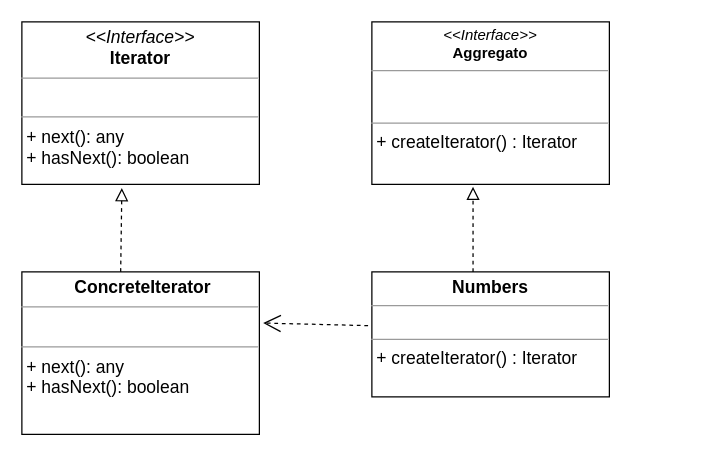
Before: behavioral/iterator/iterator.drawio in MaksShadows/Patterns, a draw.io diagram. Source tidied: cells renumbered, new cells numbered last; positions are measured from the earlier drawing's top-left corner, leaving out a move shared by most shapes. Both pictures are drawn from the tidied source at 125%, with x=0, y=0 at pixel (21, 21).
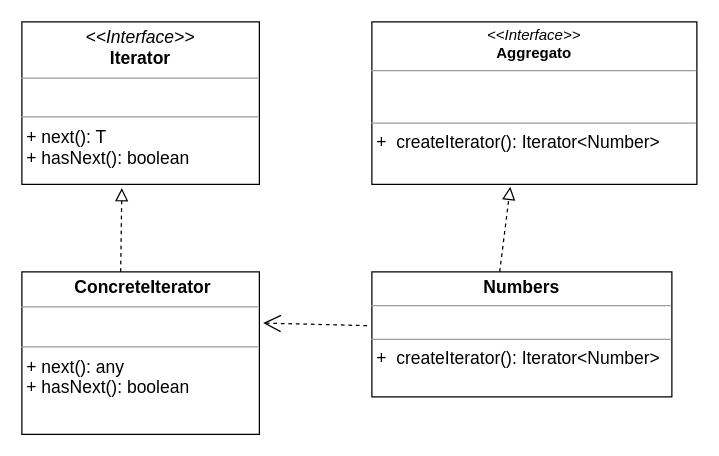
Above is the later version.

Commit message (it also covers changes not shown here):
fix code and uml iterator

Diff of the diagram source:
```diff
@@
 <mxGraphModel>
   <root>
     <mxCell id="0" />
     <mxCell id="1" parent="0" />
-    <mxCell id="2" value="&lt;p style=&quot;margin: 4px 0px 0px ; text-align: center ; font-size: 14px&quot;&gt;&lt;font style=&quot;font-size: 14px&quot;&gt;&lt;i&gt;&amp;lt;&amp;lt;Interface&amp;gt;&amp;gt;&lt;/i&gt;&lt;br&gt;&lt;b&gt;Iterator&lt;/b&gt;&lt;br&gt;&lt;/font&gt;&lt;/p&gt;&lt;hr size=&quot;1&quot; style=&quot;font-size: 14px&quot;&gt;&lt;p style=&quot;margin: 0px 0px 0px 4px ; font-size: 14px&quot;&gt;&lt;font style=&quot;font-size: 14px&quot;&gt;&lt;br&gt;&lt;/font&gt;&lt;/p&gt;&lt;hr size=&quot;1&quot; style=&quot;font-size: 14px&quot;&gt;&lt;p style=&quot;margin: 0px 0px 0px 4px ; font-size: 14px&quot;&gt;&lt;font style=&quot;font-size: 14px&quot;&gt;+&amp;nbsp;&lt;span&gt;next(): any&lt;/span&gt;&lt;/font&gt;&lt;/p&gt;&lt;p style=&quot;margin: 0px 0px 0px 4px ; font-size: 14px&quot;&gt;&lt;font style=&quot;font-size: 14px&quot;&gt;+&amp;nbsp;hasNext(): boolean&lt;/font&gt;&lt;/p&gt;" style="verticalAlign=top;align=left;overflow=fill;fontSize=12;fontFamily=Helvetica;html=1;" parent="1" vertex="1">
+    <mxCell id="2" value="&lt;p style=&quot;margin: 4px 0px 0px ; text-align: center ; font-size: 14px&quot;&gt;&lt;font style=&quot;font-size: 14px&quot;&gt;&lt;i&gt;&amp;lt;&amp;lt;Interface&amp;gt;&amp;gt;&lt;/i&gt;&lt;br&gt;&lt;b&gt;Iterator&lt;/b&gt;&lt;br&gt;&lt;/font&gt;&lt;/p&gt;&lt;hr size=&quot;1&quot; style=&quot;font-size: 14px&quot;&gt;&lt;p style=&quot;margin: 0px 0px 0px 4px ; font-size: 14px&quot;&gt;&lt;font style=&quot;font-size: 14px&quot;&gt;&lt;br&gt;&lt;/font&gt;&lt;/p&gt;&lt;hr size=&quot;1&quot; style=&quot;font-size: 14px&quot;&gt;&lt;p style=&quot;margin: 0px 0px 0px 4px ; font-size: 14px&quot;&gt;&lt;font style=&quot;font-size: 14px&quot;&gt;+&amp;nbsp;&lt;span&gt;next(): T&lt;/span&gt;&lt;/font&gt;&lt;/p&gt;&lt;p style=&quot;margin: 0px 0px 0px 4px ; font-size: 14px&quot;&gt;&lt;font style=&quot;font-size: 14px&quot;&gt;+&amp;nbsp;hasNext(): boolean&lt;/font&gt;&lt;/p&gt;" style="verticalAlign=top;align=left;overflow=fill;fontSize=12;fontFamily=Helvetica;html=1;" parent="1" vertex="1">
       <mxGeometry width="190" height="130" as="geometry" />
     </mxCell>
-    <mxCell id="3" value="&lt;p style=&quot;margin: 0px ; margin-top: 4px ; text-align: center&quot;&gt;&lt;i&gt;&amp;lt;&amp;lt;Interface&amp;gt;&amp;gt;&lt;/i&gt;&lt;br&gt;&lt;b&gt;Aggregato&lt;/b&gt;&lt;br&gt;&lt;/p&gt;&lt;hr size=&quot;1&quot;&gt;&lt;p style=&quot;margin: 0px ; margin-left: 4px&quot;&gt;&lt;br&gt;&lt;br&gt;&lt;/p&gt;&lt;hr size=&quot;1&quot;&gt;&lt;p style=&quot;margin: 0px ; margin-left: 4px&quot;&gt;&lt;font style=&quot;font-size: 14px&quot;&gt;+&amp;nbsp;createIterator() : Iterator&lt;/font&gt;&lt;br&gt;&lt;/p&gt;" style="verticalAlign=top;align=left;overflow=fill;fontSize=12;fontFamily=Helvetica;html=1;" parent="1" vertex="1">
-      <mxGeometry x="280" width="190" height="130" as="geometry" />
+    <mxCell id="3" value="&lt;p style=&quot;margin: 0px ; margin-top: 4px ; text-align: center&quot;&gt;&lt;i&gt;&amp;lt;&amp;lt;Interface&amp;gt;&amp;gt;&lt;/i&gt;&lt;br&gt;&lt;b&gt;Aggregato&lt;/b&gt;&lt;br&gt;&lt;/p&gt;&lt;hr size=&quot;1&quot;&gt;&lt;p style=&quot;margin: 0px ; margin-left: 4px&quot;&gt;&lt;br&gt;&lt;br&gt;&lt;/p&gt;&lt;hr size=&quot;1&quot;&gt;&lt;p style=&quot;margin: 0px ; margin-left: 4px&quot;&gt;&lt;font style=&quot;font-size: 14px&quot;&gt;+&amp;nbsp;&amp;nbsp;createIterator(): Iterator&amp;lt;Number&amp;gt;&lt;/font&gt;&lt;br&gt;&lt;/p&gt;" style="verticalAlign=top;align=left;overflow=fill;fontSize=12;fontFamily=Helvetica;html=1;" parent="1" vertex="1">
+      <mxGeometry x="280" width="260" height="130" as="geometry" />
     </mxCell>
     <mxCell id="4" value="&lt;p style=&quot;margin: 4px 0px 0px ; text-align: center ; font-size: 14px&quot;&gt;&lt;b&gt;&amp;nbsp;ConcreteIterator&lt;/b&gt;&lt;/p&gt;&lt;hr size=&quot;1&quot; style=&quot;font-size: 14px&quot;&gt;&lt;p style=&quot;margin: 0px 0px 0px 4px ; font-size: 14px&quot;&gt;&lt;font style=&quot;font-size: 14px&quot;&gt;&lt;br&gt;&lt;/font&gt;&lt;/p&gt;&lt;hr size=&quot;1&quot; style=&quot;font-size: 14px&quot;&gt;&lt;p style=&quot;margin: 0px 0px 0px 4px ; font-size: 14px&quot;&gt;&lt;font style=&quot;font-size: 14px&quot;&gt;+&amp;nbsp;&lt;span&gt;next(): any&lt;/span&gt;&lt;/font&gt;&lt;/p&gt;&lt;p style=&quot;margin: 0px 0px 0px 4px ; font-size: 14px&quot;&gt;&lt;font style=&quot;font-size: 14px&quot;&gt;+&amp;nbsp;hasNext(): boolean&lt;/font&gt;&lt;/p&gt;" style="verticalAlign=top;align=left;overflow=fill;fontSize=12;fontFamily=Helvetica;html=1;" parent="1" vertex="1">
       <mxGeometry y="200" width="190" height="130" as="geometry" />
     </mxCell>
-    <mxCell id="5" value="&lt;p style=&quot;margin: 0px ; margin-top: 4px ; text-align: center&quot;&gt;&lt;b&gt;&lt;font style=&quot;font-size: 14px&quot;&gt;Numbers&lt;/font&gt;&lt;/b&gt;&lt;br&gt;&lt;/p&gt;&lt;hr size=&quot;1&quot;&gt;&lt;p style=&quot;margin: 0px ; margin-left: 4px&quot;&gt;&lt;br&gt;&lt;/p&gt;&lt;hr size=&quot;1&quot;&gt;&lt;p style=&quot;margin: 0px ; margin-left: 4px&quot;&gt;&lt;font style=&quot;font-size: 14px&quot;&gt;+&amp;nbsp;createIterator() : Iterator&lt;/font&gt;&lt;br&gt;&lt;/p&gt;" style="verticalAlign=top;align=left;overflow=fill;fontSize=12;fontFamily=Helvetica;html=1;" parent="1" vertex="1">
-      <mxGeometry x="280" y="200" width="190" height="100" as="geometry" />
+    <mxCell id="5" value="&lt;p style=&quot;margin: 0px ; margin-top: 4px ; text-align: center&quot;&gt;&lt;b&gt;&lt;font style=&quot;font-size: 14px&quot;&gt;Numbers&lt;/font&gt;&lt;/b&gt;&lt;br&gt;&lt;/p&gt;&lt;hr size=&quot;1&quot;&gt;&lt;p style=&quot;margin: 0px ; margin-left: 4px&quot;&gt;&lt;br&gt;&lt;/p&gt;&lt;hr size=&quot;1&quot;&gt;&lt;p style=&quot;margin: 0px ; margin-left: 4px&quot;&gt;&lt;font style=&quot;font-size: 14px&quot;&gt;+&amp;nbsp;&amp;nbsp;createIterator(): Iterator&amp;lt;Number&amp;gt;&lt;/font&gt;&lt;br&gt;&lt;/p&gt;" style="verticalAlign=top;align=left;overflow=fill;fontSize=12;fontFamily=Helvetica;html=1;" parent="1" vertex="1">
+      <mxGeometry x="280" y="200" width="240" height="100" as="geometry" />
     </mxCell>
     <mxCell id="6" style="endArrow=block;startArrow=none;endFill=0;startFill=0;endSize=8;html=1;verticalAlign=bottom;dashed=1;labelBackgroundColor=none;exitX=0.416;exitY=0;exitDx=0;exitDy=0;exitPerimeter=0;entryX=0.421;entryY=1.023;entryDx=0;entryDy=0;entryPerimeter=0;" parent="1" edge="1" source="4" target="2">
       <mxGeometry relative="1" as="geometry" />
     </mxCell>
     <mxCell id="7" style="endArrow=block;startArrow=none;endFill=0;startFill=0;endSize=8;html=1;verticalAlign=bottom;dashed=1;labelBackgroundColor=none;exitX=0.426;exitY=0;exitDx=0;exitDy=0;exitPerimeter=0;entryX=0.426;entryY=1.015;entryDx=0;entryDy=0;entryPerimeter=0;" parent="1" edge="1" source="5" target="3">
       <mxGeometry relative="1" as="geometry" />
     </mxCell>
     <mxCell id="8" style="endArrow=open;endSize=12;dashed=1;html=1;exitX=-0.016;exitY=0.43;exitDx=0;exitDy=0;exitPerimeter=0;entryX=1.016;entryY=0.315;entryDx=0;entryDy=0;entryPerimeter=0;" parent="1" edge="1" source="5" target="4">
       <mxGeometry x="-0.25" y="-50" relative="1" as="geometry" />
     </mxCell>
   </root>
 </mxGraphModel>
```
